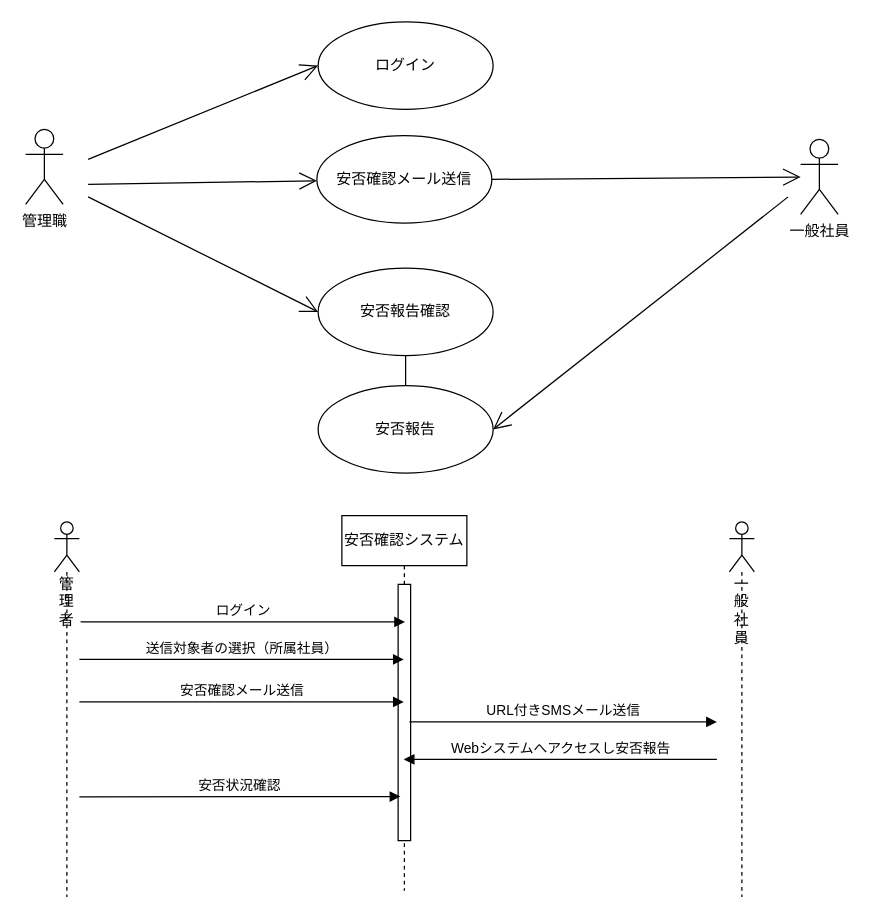
Above: safetyConfirmation/doc/02_uml/UseCase.drawio in ken-fulGit/fulGit (draw.io), before the change. Source tidied: cells renumbered, new cells numbered last; positions are measured from the earlier drawing's top-left corner, leaving out a move shared by most shapes. Both pictures are drawn from the tidied source at 125%, with x=0, y=0 at pixel (25, 21).
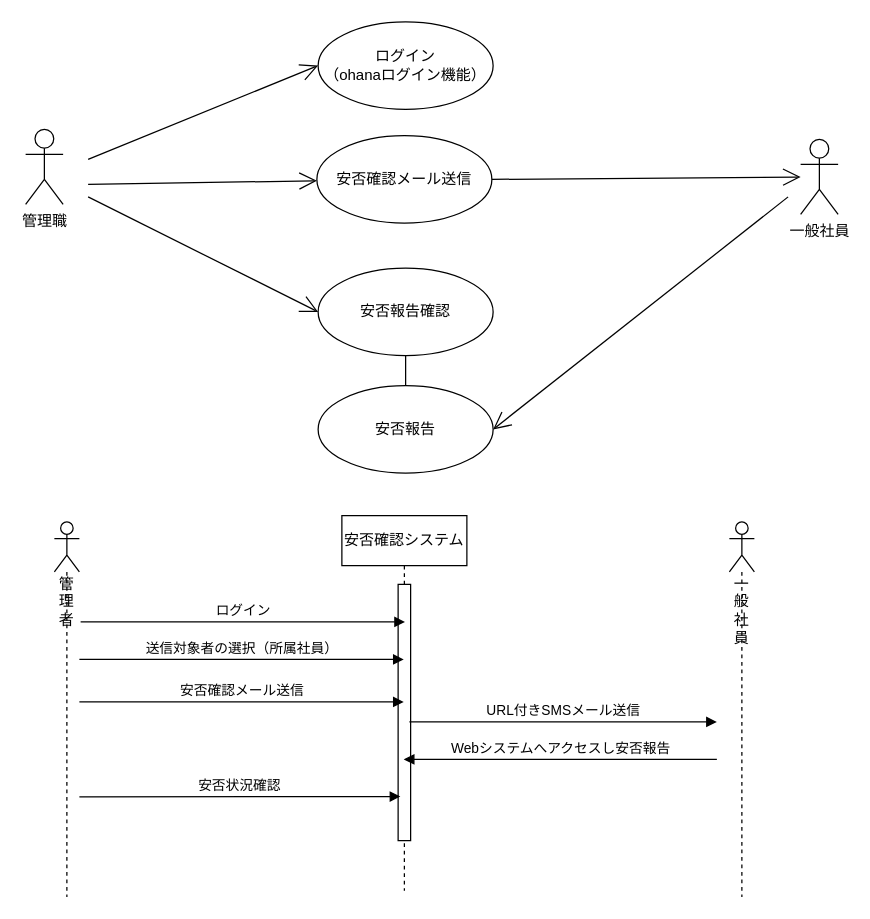
After the change.

Commit message (it also covers changes not shown here):
UseCase、ER図、アウトライン追記

Diff of the diagram source:
```diff
@@
-    <mxCell id="17" value="ログイン" style="ellipse;whiteSpace=wrap;html=1;" parent="1" vertex="1">
+    <mxCell id="17" value="ログイン&lt;br&gt;（ohanaログイン機能）" style="ellipse;whiteSpace=wrap;html=1;" parent="1" vertex="1">
       <mxGeometry x="234" width="140" height="70" as="geometry" />
     </mxCell>
```
